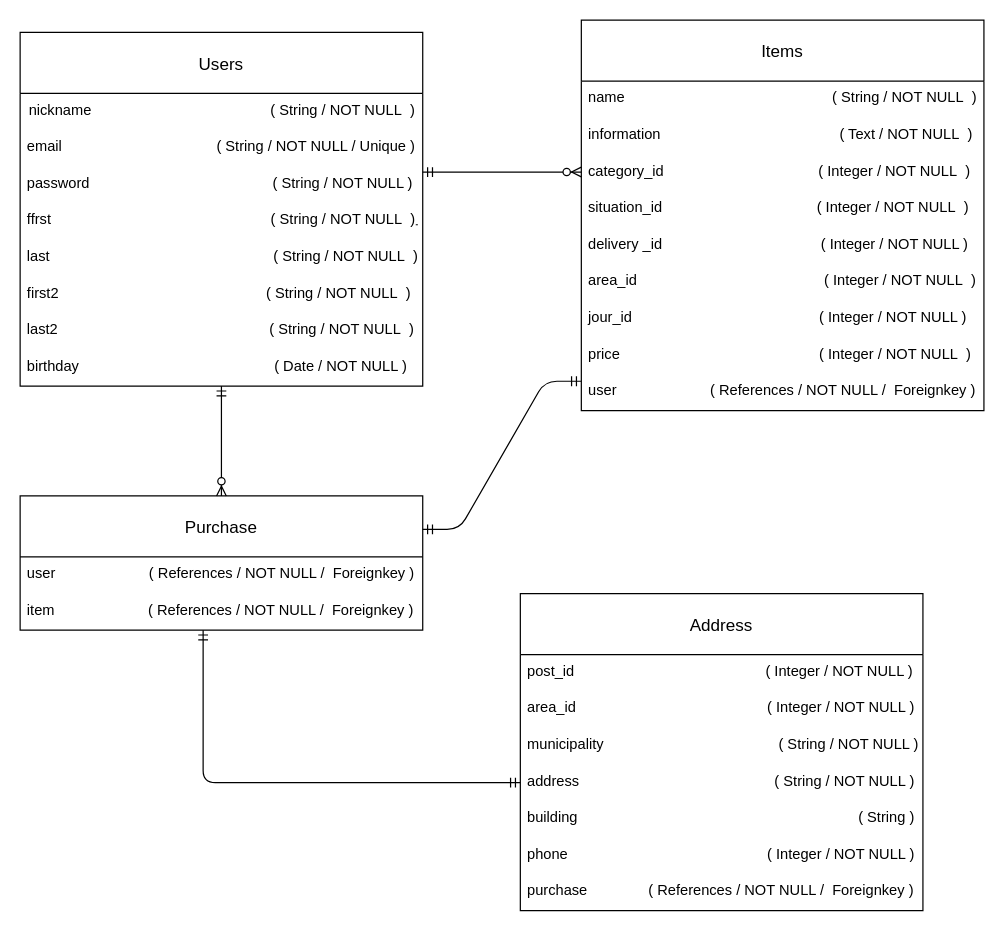
Before: Furima.dio in chiapini/furima-37993, a draw.io diagram. Source tidied: cells renumbered, new cells numbered last; positions are measured from the earlier drawing's top-left corner, leaving out a move shared by most shapes. Both pictures are drawn from the tidied source at 122%, with x=0, y=0 at pixel (20, 20).
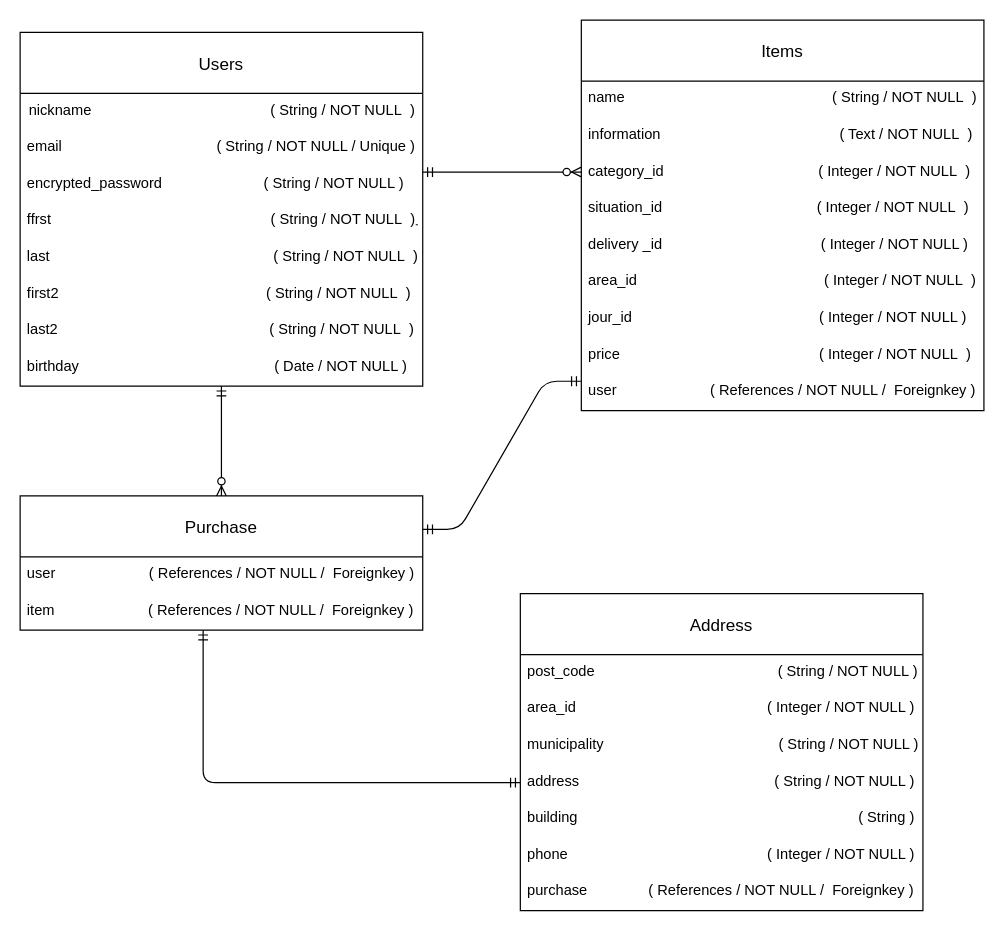
The same diagram, later.

Commit message (it also covers changes not shown here):
issue3 DB設計の修正２

The change refers to these unchanged cells:
```xml
<mxCell id="2" value="Users" style="swimlane;fontStyle=0;horizontal=1;startSize=50;align=center;fontSize=14;" parent="1" vertex="1">
  <mxGeometry y="10" width="330" height="290" as="geometry" />
</mxCell>
<mxCell id="21" value="Address" style="swimlane;fontStyle=0;horizontal=1;startSize=50;align=center;fontSize=14;" parent="1" vertex="1">
  <mxGeometry x="410" y="470" width="330" height="260" as="geometry" />
</mxCell>
```

Change to the diagram source:
```diff
@@
-    <mxCell id="5" value="password                                             ( String / NOT NULL )" style="text;strokeColor=none;fillColor=none;spacingLeft=4;spacingRight=4;overflow=hidden;fontSize=12;" parent="2" vertex="1">
+    <mxCell id="5" value="encrypted_password                         ( String / NOT NULL )" style="text;strokeColor=none;fillColor=none;spacingLeft=4;spacingRight=4;overflow=hidden;fontSize=12;" parent="2" vertex="1">
       <mxGeometry y="110" width="330" height="30" as="geometry" />
     </mxCell>
@@
-    <mxCell id="22" value="post_id                                               ( Integer / NOT NULL )" style="text;strokeColor=none;fillColor=none;spacingLeft=4;spacingRight=4;overflow=hidden;fontSize=12;" parent="21" vertex="1">
+    <mxCell id="22" value="post_code                                             ( String / NOT NULL )" style="text;strokeColor=none;fillColor=none;spacingLeft=4;spacingRight=4;overflow=hidden;fontSize=12;" parent="21" vertex="1">
       <mxGeometry y="50" width="330" height="30" as="geometry" />
     </mxCell>
```
